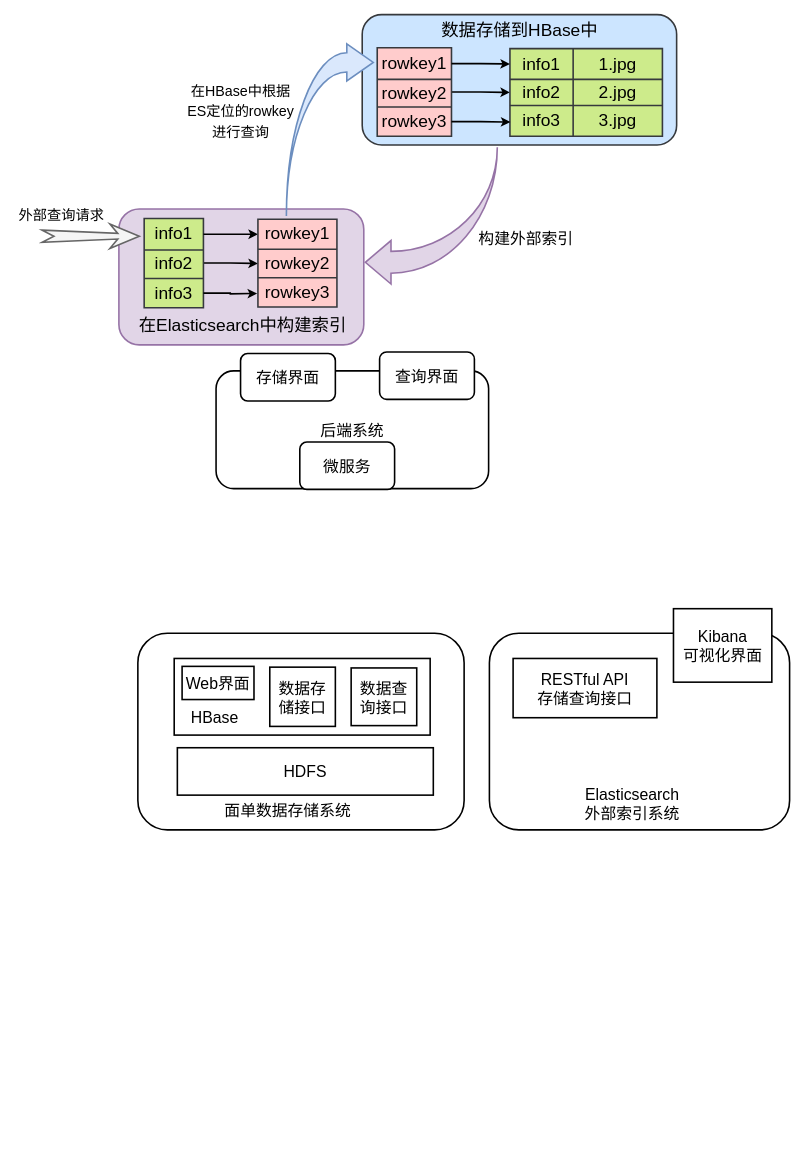
The draw.io diagram page "第 4 页" (4 of 4) of 未命名绘图.drawio in Life-Cycle/xixi, before the edit. Source tidied: cells renumbered, new cells numbered last; positions are measured from the earlier drawing's top-left corner, leaving out a move shared by most shapes. Both pictures are drawn from the tidied source at 79%, with x=0, y=0 at pixel (13, 14).
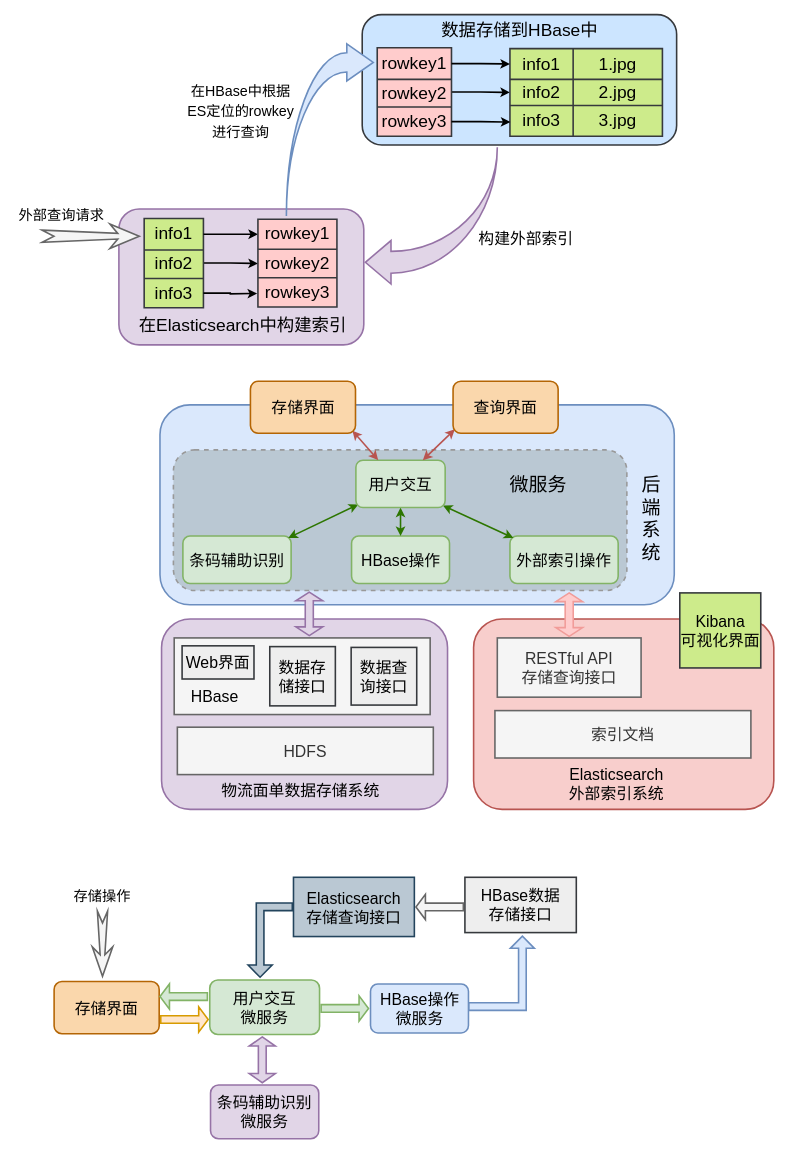
After the change.

Commit message (it also covers changes not shown here):
更新未命名绘图.drawio

What changed in the source:
```diff
@@
-    <mxCell id="49" style="rounded=1;whiteSpace=wrap;html=1;labelBackgroundColor=none;fontSize=20;fontColor=#000000;strokeColor=#000000;strokeWidth=2;fillColor=#FFFFFF;" parent="1" vertex="1">
-      <mxGeometry x="157" y="783" width="413" height="249" as="geometry" />
+    <mxCell id="49" style="rounded=1;whiteSpace=wrap;html=1;labelBackgroundColor=none;fontSize=20;strokeColor=#9673a6;strokeWidth=2;fillColor=#e1d5e7;" parent="1" vertex="1">
+      <mxGeometry x="187" y="765" width="362" height="241" as="geometry" />
     </mxCell>
-    <mxCell id="50" value="后端系统" style="rounded=1;whiteSpace=wrap;html=1;labelBackgroundColor=none;fontSize=20;fontColor=#000000;strokeColor=#000000;strokeWidth=2;fillColor=#FFFFFF;" parent="1" vertex="1">
-      <mxGeometry x="256" y="451" width="345" height="149" as="geometry" />
+    <mxCell id="50" style="rounded=1;whiteSpace=wrap;html=1;labelBackgroundColor=none;fontSize=20;strokeColor=#6c8ebf;strokeWidth=2;fillColor=#dae8fc;" parent="1" vertex="1">
+      <mxGeometry x="185" y="494" width="651" height="253" as="geometry" />
     </mxCell>
-    <mxCell id="51" style="rounded=1;whiteSpace=wrap;html=1;labelBackgroundColor=none;fontSize=20;fontColor=#000000;strokeColor=#000000;strokeWidth=2;fillColor=#FFFFFF;" parent="1" vertex="1">
-      <mxGeometry x="602" y="783" width="380" height="249" as="geometry" />
+    <mxCell id="51" style="rounded=1;whiteSpace=wrap;html=1;labelBackgroundColor=none;fontSize=20;strokeWidth=2;fillColor=#f8cecc;strokeColor=#b85450;" parent="1" vertex="1">
+      <mxGeometry x="582" y="765" width="380" height="241" as="geometry" />
     </mxCell>
-    <mxCell id="52" value="存储界面" style="rounded=1;whiteSpace=wrap;html=1;labelBackgroundColor=none;fontSize=20;fontColor=#000000;strokeColor=#000000;strokeWidth=2;fillColor=#FFFFFF;" parent="1" vertex="1">
-      <mxGeometry x="287" y="429" width="120" height="60" as="geometry" />
-    </mxCell>
-    <mxCell id="53" value="查询界面" style="rounded=1;whiteSpace=wrap;html=1;labelBackgroundColor=none;fontSize=20;fontColor=#000000;strokeColor=#000000;strokeWidth=2;fillColor=#FFFFFF;" parent="1" vertex="1">
-      <mxGeometry x="463" y="427" width="120" height="60" as="geometry" />
-    </mxCell>
-    <mxCell id="54" value="微服务" style="rounded=1;whiteSpace=wrap;html=1;labelBackgroundColor=none;fontSize=20;fontColor=#000000;strokeColor=#000000;strokeWidth=2;fillColor=#FFFFFF;" parent="1" vertex="1">
-      <mxGeometry x="362" y="541" width="120" height="60" as="geometry" />
-    </mxCell>
-    <mxCell id="55" value="面单数据存储系统" style="text;html=1;strokeColor=none;fillColor=none;align=center;verticalAlign=middle;whiteSpace=wrap;rounded=0;labelBackgroundColor=none;fontSize=20;fontColor=#000000;" parent="1" vertex="1">
-      <mxGeometry x="259" y="992" width="176" height="30" as="geometry" />
+    <mxCell id="55" value="物流面单数据存储系统" style="text;html=1;strokeColor=none;fillColor=none;align=center;verticalAlign=middle;whiteSpace=wrap;rounded=0;labelBackgroundColor=none;fontSize=20;fontColor=#000000;" parent="1" vertex="1">
+      <mxGeometry x="259" y="966" width="208" height="30" as="geometry" />
     </mxCell>
-    <mxCell id="56" value="HDFS" style="rounded=0;whiteSpace=wrap;html=1;labelBackgroundColor=none;fontSize=20;fontColor=#000000;strokeColor=#000000;strokeWidth=2;fillColor=#FFFFFF;" parent="1" vertex="1">
-      <mxGeometry x="207" y="928" width="324" height="60" as="geometry" />
+    <mxCell id="56" value="HDFS" style="rounded=0;whiteSpace=wrap;html=1;labelBackgroundColor=none;fontSize=20;fontColor=#333333;strokeColor=#666666;strokeWidth=2;fillColor=#f5f5f5;" parent="1" vertex="1">
+      <mxGeometry x="207" y="902" width="324" height="60" as="geometry" />
     </mxCell>
-    <mxCell id="57" style="rounded=0;whiteSpace=wrap;html=1;labelBackgroundColor=none;fontSize=20;fontColor=#000000;strokeColor=#000000;strokeWidth=2;fillColor=#FFFFFF;" parent="1" vertex="1">
-      <mxGeometry x="203" y="815" width="324" height="97" as="geometry" />
+    <mxCell id="57" style="rounded=0;whiteSpace=wrap;html=1;labelBackgroundColor=none;fontSize=20;fontColor=#333333;strokeColor=#666666;strokeWidth=2;fillColor=#f5f5f5;" parent="1" vertex="1">
+      <mxGeometry x="203" y="789" width="324" height="97" as="geometry" />
     </mxCell>
     <mxCell id="58" value="HBase" style="text;html=1;strokeColor=none;fillColor=none;align=center;verticalAlign=middle;whiteSpace=wrap;rounded=0;labelBackgroundColor=none;fontSize=20;fontColor=#000000;" parent="1" vertex="1">
-      <mxGeometry x="209" y="874" width="91" height="30" as="geometry" />
+      <mxGeometry x="209" y="848" width="91" height="30" as="geometry" />
     </mxCell>
-    <mxCell id="59" value="Web界面" style="rounded=0;whiteSpace=wrap;html=1;labelBackgroundColor=none;fontSize=20;fontColor=#000000;strokeColor=#000000;strokeWidth=2;fillColor=#FFFFFF;" parent="1" vertex="1">
-      <mxGeometry x="213" y="825" width="91" height="42" as="geometry" />
+    <mxCell id="59" value="Web界面" style="rounded=0;whiteSpace=wrap;html=1;labelBackgroundColor=none;fontSize=20;strokeColor=#36393d;strokeWidth=2;fillColor=#eeeeee;" parent="1" vertex="1">
+      <mxGeometry x="213" y="799" width="91" height="42" as="geometry" />
     </mxCell>
-    <mxCell id="60" value="数据存&lt;br&gt;储接口" style="rounded=0;whiteSpace=wrap;html=1;labelBackgroundColor=none;fontSize=20;fontColor=#000000;strokeColor=#000000;strokeWidth=2;fillColor=#FFFFFF;" parent="1" vertex="1">
-      <mxGeometry x="324" y="826" width="83" height="75" as="geometry" />
+    <mxCell id="60" value="数据存&lt;br&gt;储接口" style="rounded=0;whiteSpace=wrap;html=1;labelBackgroundColor=none;fontSize=20;strokeColor=#36393d;strokeWidth=2;fillColor=#eeeeee;" parent="1" vertex="1">
+      <mxGeometry x="324" y="800" width="83" height="75" as="geometry" />
     </mxCell>
-    <mxCell id="61" value="数据查&lt;br&gt;询接口" style="rounded=0;whiteSpace=wrap;html=1;labelBackgroundColor=none;fontSize=20;fontColor=#000000;strokeColor=#000000;strokeWidth=2;fillColor=#FFFFFF;" parent="1" vertex="1">
-      <mxGeometry x="427" y="827" width="83" height="73" as="geometry" />
+    <mxCell id="61" value="数据查&lt;br&gt;询接口" style="rounded=0;whiteSpace=wrap;html=1;labelBackgroundColor=none;fontSize=20;strokeColor=#36393d;strokeWidth=2;fillColor=#eeeeee;" parent="1" vertex="1">
+      <mxGeometry x="427" y="801" width="83" height="73" as="geometry" />
     </mxCell>
     <mxCell id="62" value="Elasticsearch&lt;br&gt;外部索引系统" style="text;html=1;strokeColor=none;fillColor=none;align=center;verticalAlign=middle;whiteSpace=wrap;rounded=0;labelBackgroundColor=none;fontSize=20;fontColor=#000000;" parent="1" vertex="1">
-      <mxGeometry x="695" y="984" width="176" height="30" as="geometry" />
+      <mxGeometry x="675" y="958" width="176" height="30" as="geometry" />
     </mxCell>
-    <mxCell id="63" value="Kibana&lt;br&gt;可视化界面" style="rounded=0;whiteSpace=wrap;html=1;labelBackgroundColor=none;fontSize=20;fontColor=#000000;strokeColor=#000000;strokeWidth=2;fillColor=#FFFFFF;" parent="1" vertex="1">
-      <mxGeometry x="835" y="752" width="124.5" height="93" as="geometry" />
+    <mxCell id="63" value="Kibana&lt;br&gt;可视化界面" style="rounded=0;whiteSpace=wrap;html=1;labelBackgroundColor=none;fontSize=20;strokeColor=#36393d;strokeWidth=2;fillColor=#cdeb8b;" parent="1" vertex="1">
+      <mxGeometry x="843" y="732" width="102.5" height="95" as="geometry" />
     </mxCell>
-    <mxCell id="64" value="RESTful API&lt;br&gt;存储查询接口" style="rounded=0;whiteSpace=wrap;html=1;labelBackgroundColor=none;fontSize=20;fontColor=#000000;strokeColor=#000000;strokeWidth=2;fillColor=#FFFFFF;" parent="1" vertex="1">
-      <mxGeometry x="632" y="815" width="182" height="75" as="geometry" />
+    <mxCell id="64" value="RESTful API&lt;br&gt;存储查询接口" style="rounded=0;whiteSpace=wrap;html=1;labelBackgroundColor=none;fontSize=20;strokeColor=#666666;strokeWidth=2;fillColor=#f5f5f5;fontColor=#333333;" parent="1" vertex="1">
+      <mxGeometry x="612" y="789" width="182" height="75" as="geometry" />
     </mxCell>
+    <mxCell id="65" value="索引文档" style="rounded=0;whiteSpace=wrap;html=1;labelBackgroundColor=none;fontSize=20;strokeColor=#666666;strokeWidth=2;fillColor=#f5f5f5;fontColor=#333333;" parent="1" vertex="1">
+      <mxGeometry x="609" y="881" width="324" height="60" as="geometry" />
+    </mxCell>
+    <mxCell id="66" style="rounded=1;whiteSpace=wrap;html=1;dashed=1;labelBackgroundColor=none;fontSize=24;strokeColor=#999999;strokeWidth=2;fillColor=#bac8d3;" parent="1" vertex="1">
+      <mxGeometry x="202" y="551" width="574" height="178" as="geometry" />
+    </mxCell>
+    <mxCell id="67" value="&lt;font style=&quot;font-size: 24px&quot;&gt;后&lt;br&gt;端&lt;br&gt;系&lt;br&gt;统&lt;/font&gt;" style="text;html=1;strokeColor=none;fillColor=none;align=center;verticalAlign=middle;whiteSpace=wrap;rounded=0;labelBackgroundColor=none;fontSize=20;fontColor=#000000;" parent="1" vertex="1">
+      <mxGeometry x="781" y="576" width="52" height="124" as="geometry" />
+    </mxCell>
+    <mxCell id="68" value="HBase操作" style="rounded=1;whiteSpace=wrap;html=1;labelBackgroundColor=none;fontSize=20;strokeColor=#82b366;strokeWidth=2;fillColor=#d5e8d4;" parent="1" vertex="1">
+      <mxGeometry x="427.5" y="660" width="124" height="60" as="geometry" />
+    </mxCell>
+    <mxCell id="69" value="条码辅助识别" style="rounded=1;whiteSpace=wrap;html=1;labelBackgroundColor=none;fontSize=20;strokeColor=#82b366;strokeWidth=2;fillColor=#d5e8d4;" parent="1" vertex="1">
+      <mxGeometry x="214" y="660" width="137" height="60" as="geometry" />
+    </mxCell>
+    <mxCell id="70" value="外部索引操作" style="rounded=1;whiteSpace=wrap;html=1;labelBackgroundColor=none;fontSize=20;strokeColor=#82b366;strokeWidth=2;fillColor=#d5e8d4;" parent="1" vertex="1">
+      <mxGeometry x="628" y="660" width="137" height="60" as="geometry" />
+    </mxCell>
+    <mxCell id="71" style="edgeStyle=none;rounded=0;jettySize=auto;html=1;exitX=0.975;exitY=0.957;exitDx=0;exitDy=0;entryX=0.032;entryY=0.04;entryDx=0;entryDy=0;fontSize=24;fontColor=#000000;startArrow=classic;startFill=1;endArrow=classic;endFill=1;strokeColor=#2D7600;strokeWidth=2;exitPerimeter=0;entryPerimeter=0;fillColor=#60a917;" parent="1" edge="1" source="74" target="70">
+      <mxGeometry relative="1" as="geometry" />
+    </mxCell>
+    <mxCell id="72" style="edgeStyle=none;rounded=0;jettySize=auto;html=1;exitX=0.027;exitY=0.933;exitDx=0;exitDy=0;entryX=0.973;entryY=0.04;entryDx=0;entryDy=0;fontSize=24;fontColor=#000000;startArrow=classic;startFill=1;endArrow=classic;endFill=1;strokeColor=#2D7600;strokeWidth=2;exitPerimeter=0;entryPerimeter=0;fillColor=#60a917;" parent="1" edge="1" source="74" target="69">
+      <mxGeometry relative="1" as="geometry" />
+    </mxCell>
+    <mxCell id="73" style="edgeStyle=none;rounded=0;jettySize=auto;html=1;exitX=0.5;exitY=1;exitDx=0;exitDy=0;fontSize=24;fontColor=#000000;startArrow=classic;startFill=1;endArrow=classic;endFill=1;strokeColor=#2D7600;strokeWidth=2;fillColor=#60a917;" parent="1" edge="1" source="74" target="68">
+      <mxGeometry relative="1" as="geometry" />
+    </mxCell>
+    <mxCell id="74" value="用户交互" style="rounded=1;whiteSpace=wrap;html=1;labelBackgroundColor=none;fontSize=20;strokeColor=#82b366;strokeWidth=2;fillColor=#d5e8d4;" parent="1" vertex="1">
+      <mxGeometry x="433" y="564" width="113" height="60" as="geometry" />
+    </mxCell>
+    <mxCell id="75" style="rounded=0;jettySize=auto;html=1;exitX=0.97;exitY=0.948;exitDx=0;exitDy=0;entryX=0.25;entryY=0;entryDx=0;entryDy=0;fontSize=24;fontColor=#000000;startArrow=classic;startFill=1;endArrow=classic;endFill=1;strokeColor=#b85450;strokeWidth=2;exitPerimeter=0;fillColor=#f8cecc;" parent="1" edge="1" source="76" target="74">
+      <mxGeometry relative="1" as="geometry" />
+    </mxCell>
+    <mxCell id="76" value="存储界面" style="rounded=1;whiteSpace=wrap;html=1;labelBackgroundColor=none;fontSize=20;strokeColor=#b46504;strokeWidth=2;fillColor=#fad7ac;" parent="1" vertex="1">
+      <mxGeometry x="299.5" y="464" width="133" height="66" as="geometry" />
+    </mxCell>
+    <mxCell id="77" style="rounded=0;jettySize=auto;html=1;exitX=0.017;exitY=0.924;exitDx=0;exitDy=0;entryX=0.75;entryY=0;entryDx=0;entryDy=0;fontSize=24;fontColor=#000000;startArrow=classic;startFill=1;endArrow=classic;endFill=1;strokeColor=#b85450;strokeWidth=2;exitPerimeter=0;fillColor=#f8cecc;" parent="1" edge="1" source="53" target="74">
+      <mxGeometry relative="1" as="geometry" />
+    </mxCell>
+    <mxCell id="53" value="查询界面" style="rounded=1;whiteSpace=wrap;html=1;labelBackgroundColor=none;fontSize=20;strokeColor=#b46504;strokeWidth=2;fillColor=#fad7ac;" parent="1" vertex="1">
+      <mxGeometry x="556" y="464" width="133" height="66" as="geometry" />
+    </mxCell>
+    <mxCell id="54" value="微服务" style="text;html=1;strokeColor=none;fillColor=none;align=center;verticalAlign=middle;whiteSpace=wrap;rounded=0;labelBackgroundColor=none;fontSize=24;fontColor=#000000;" parent="1" vertex="1">
+      <mxGeometry x="623" y="580" width="82" height="30" as="geometry" />
+    </mxCell>
+    <mxCell id="78" style="shape=doubleArrow;direction=south;whiteSpace=wrap;html=1;labelBackgroundColor=none;fontSize=26;strokeColor=#9673a6;strokeWidth=2;fillColor=#e1d5e7;" parent="1" vertex="1">
+      <mxGeometry x="357" y="731" width="34" height="55" as="geometry" />
+    </mxCell>
+    <mxCell id="79" style="shape=doubleArrow;direction=south;whiteSpace=wrap;html=1;labelBackgroundColor=none;fontSize=26;strokeColor=#F19C99;strokeWidth=2;fillColor=#ffcccc;" parent="1" vertex="1">
+      <mxGeometry x="686" y="732" width="34" height="55" as="geometry" />
+    </mxCell>
+    <mxCell id="80" value="存储界面" style="rounded=1;whiteSpace=wrap;html=1;labelBackgroundColor=none;fontSize=20;strokeColor=#b46504;strokeWidth=2;fillColor=#fad7ac;" parent="1" vertex="1">
+      <mxGeometry x="51" y="1224" width="133" height="66" as="geometry" />
+    </mxCell>
+    <mxCell id="81" value="用户交互&lt;br&gt;微服务" style="rounded=1;whiteSpace=wrap;html=1;labelBackgroundColor=none;fontSize=20;strokeColor=#82b366;strokeWidth=2;fillColor=#d5e8d4;" parent="1" vertex="1">
+      <mxGeometry x="248" y="1222" width="139" height="69" as="geometry" />
+    </mxCell>
+    <mxCell id="82" value="条码辅助识别&lt;br&gt;微服务" style="rounded=1;whiteSpace=wrap;html=1;labelBackgroundColor=none;fontSize=20;strokeColor=#9673a6;strokeWidth=2;fillColor=#e1d5e7;" parent="1" vertex="1">
+      <mxGeometry x="249" y="1355" width="137" height="68" as="geometry" />
+    </mxCell>
+    <mxCell id="83" value="HBase操作&lt;br&gt;微服务" style="rounded=1;whiteSpace=wrap;html=1;labelBackgroundColor=none;fontSize=20;strokeColor=#6c8ebf;strokeWidth=2;fillColor=#dae8fc;" parent="1" vertex="1">
+      <mxGeometry x="451.5" y="1227" width="124" height="62" as="geometry" />
+    </mxCell>
+    <mxCell id="84" style="shape=singleArrow;whiteSpace=wrap;html=1;labelBackgroundColor=none;fontSize=26;strokeColor=#d79b00;strokeWidth=2;fillColor=#ffe6cc;" parent="1" vertex="1">
+      <mxGeometry x="186" y="1256" width="60" height="32" as="geometry" />
+    </mxCell>
+    <mxCell id="85" style="shape=singleArrow;whiteSpace=wrap;html=1;labelBackgroundColor=none;fontSize=26;strokeColor=#82b366;strokeWidth=2;fillColor=#d5e8d4;" parent="1" vertex="1">
+      <mxGeometry x="389" y="1242" width="60" height="32" as="geometry" />
+    </mxCell>
+    <mxCell id="86" style="shape=doubleArrow;direction=south;whiteSpace=wrap;html=1;labelBackgroundColor=none;fontSize=26;strokeColor=#9673a6;strokeWidth=2;fillColor=#e1d5e7;" parent="1" vertex="1">
+      <mxGeometry x="298" y="1294" width="33" height="58" as="geometry" />
+    </mxCell>
+    <mxCell id="87" value="HBase数据&lt;br&gt;存储接口" style="rounded=0;whiteSpace=wrap;html=1;labelBackgroundColor=none;fontSize=20;strokeColor=#36393d;strokeWidth=2;fillColor=#eeeeee;" parent="1" vertex="1">
+      <mxGeometry x="571" y="1092" width="141" height="70" as="geometry" />
+    </mxCell>
+    <mxCell id="88" style="html=1;shadow=0;dashed=0;align=center;verticalAlign=middle;shape=mxgraph.arrows2.bendArrow;dy=4.84;dx=15.41;notch=0;arrowHead=30.5;rounded=0;labelBackgroundColor=none;fontSize=26;strokeColor=#6c8ebf;strokeWidth=2;fillColor=#dae8fc;flipV=1;rotation=-90;" parent="1" vertex="1">
+      <mxGeometry x="570.5" y="1172" width="94" height="83" as="geometry" />
+    </mxCell>
+    <mxCell id="89" value="Elasticsearch&lt;br&gt;存储查询接口" style="rounded=0;whiteSpace=wrap;html=1;labelBackgroundColor=none;fontSize=20;strokeColor=#23445d;strokeWidth=2;fillColor=#bac8d3;" parent="1" vertex="1">
+      <mxGeometry x="354" y="1092" width="153" height="75" as="geometry" />
+    </mxCell>
+    <mxCell id="90" style="shape=singleArrow;whiteSpace=wrap;html=1;labelBackgroundColor=none;fontSize=26;fontColor=#333333;strokeColor=#666666;strokeWidth=2;fillColor=#f5f5f5;flipH=1;" parent="1" vertex="1">
+      <mxGeometry x="509" y="1113.5" width="60" height="32" as="geometry" />
+    </mxCell>
+    <mxCell id="91" style="html=1;shadow=0;dashed=0;align=center;verticalAlign=middle;shape=mxgraph.arrows2.bendArrow;dy=4.84;dx=15.41;notch=0;arrowHead=30.5;rounded=0;labelBackgroundColor=none;fontSize=26;strokeColor=#23445d;strokeWidth=2;fillColor=#bac8d3;flipV=1;rotation=90;" parent="1" vertex="1">
+      <mxGeometry x="277.5" y="1143.5" width="94" height="56" as="geometry" />
+    </mxCell>
+    <mxCell id="92" style="shape=singleArrow;whiteSpace=wrap;html=1;labelBackgroundColor=none;fontSize=26;strokeColor=#82b366;strokeWidth=2;fillColor=#d5e8d4;flipH=1;" parent="1" vertex="1">
+      <mxGeometry x="185" y="1227" width="60" height="32" as="geometry" />
+    </mxCell>
+    <mxCell id="93" style="html=1;shadow=0;dashed=0;align=center;verticalAlign=middle;shape=mxgraph.arrows2.stylisedArrow;dy=0.77;dx=27.22;notch=15;feather=0.5;labelBackgroundColor=none;fontSize=18;fontColor=#333333;strokeColor=#666666;strokeWidth=2;fillColor=#f5f5f5;rotation=90;" parent="1" vertex="1">
+      <mxGeometry x="71" y="1163" width="82.5" height="26" as="geometry" />
+    </mxCell>
+    <mxCell id="94" value="&lt;font color=&quot;#000000&quot; style=&quot;font-size: 18px&quot;&gt;存储操作&lt;/font&gt;" style="text;html=1;strokeColor=none;fillColor=none;align=center;verticalAlign=middle;whiteSpace=wrap;rounded=0;labelBackgroundColor=none;fontSize=26;fontColor=#FFFFFF;" parent="1" vertex="1">
+      <mxGeometry x="74.2" y="1099" width="76" height="30" as="geometry" />
+    </mxCell>
```
